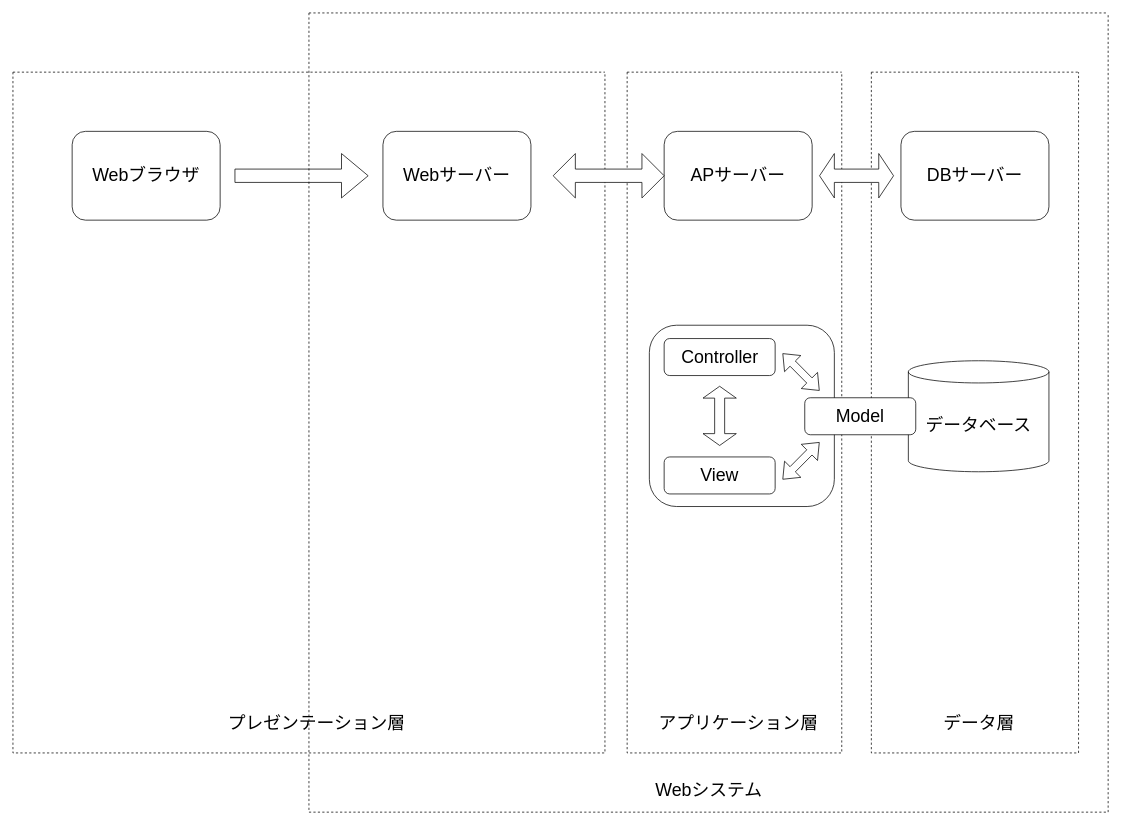
Above: WebModel/connection.drawio in kei615ykhm/learning-record (draw.io), before the change. Source tidied: cells renumbered, new cells numbered last; positions are measured from the earlier drawing's top-left corner, leaving out a move shared by most shapes. Both pictures are drawn from the tidied source at 74%, with x=0, y=0 at pixel (13, 13).
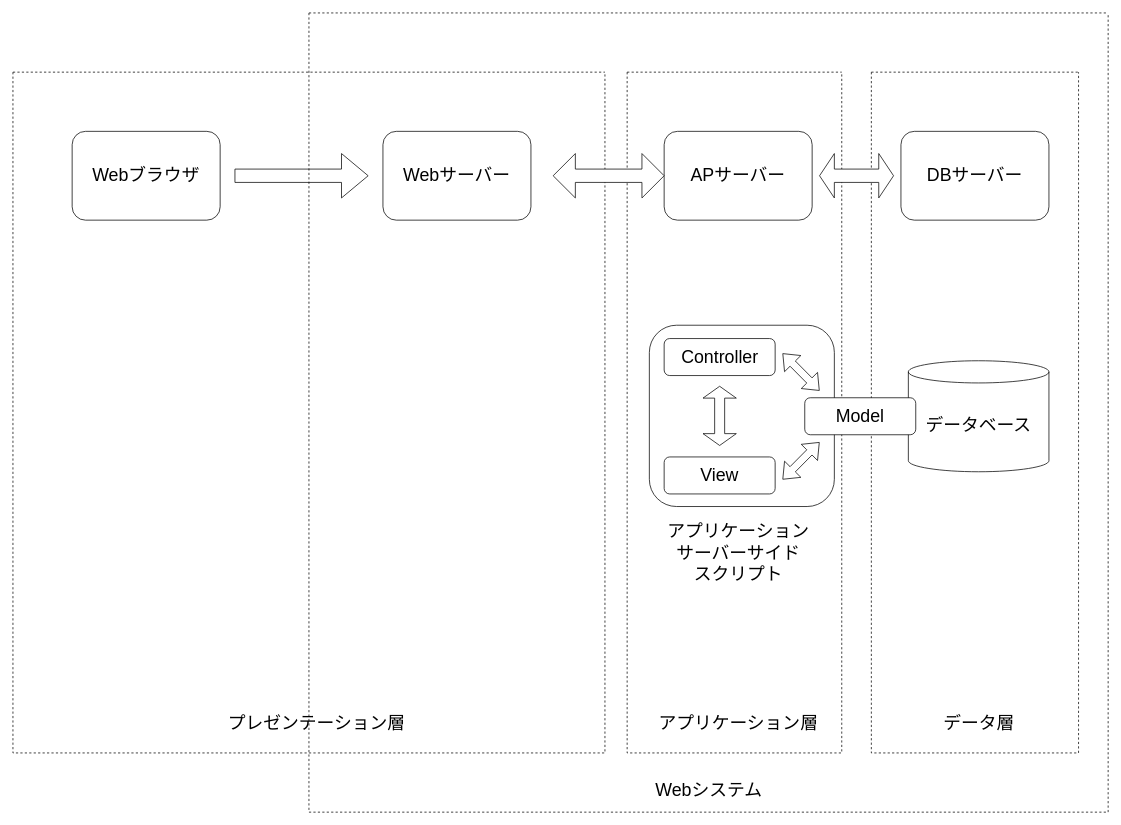
The same page after the edit.

Commit message:
各処理の詳細説明を追加

Unchanged cells that the change refers to:
```xml
<mxCell id="7" style="swimlane;startSize=0;dashed=1;" parent="1" vertex="1">
  <mxGeometry x="400" width="1080" height="1080" as="geometry" />
</mxCell>
```

The edit, as a diff of the source:
```diff
@@
+    <mxCell id="26" value="アプリケーション&lt;br&gt;サーバーサイド&lt;br&gt;スクリプト" style="text;html=1;align=center;verticalAlign=middle;strokeColor=none;fillColor=none;fontSize=24;" parent="7" vertex="1">
+      <mxGeometry x="470" y="680" width="220" height="100" as="geometry" />
+    </mxCell>
```
